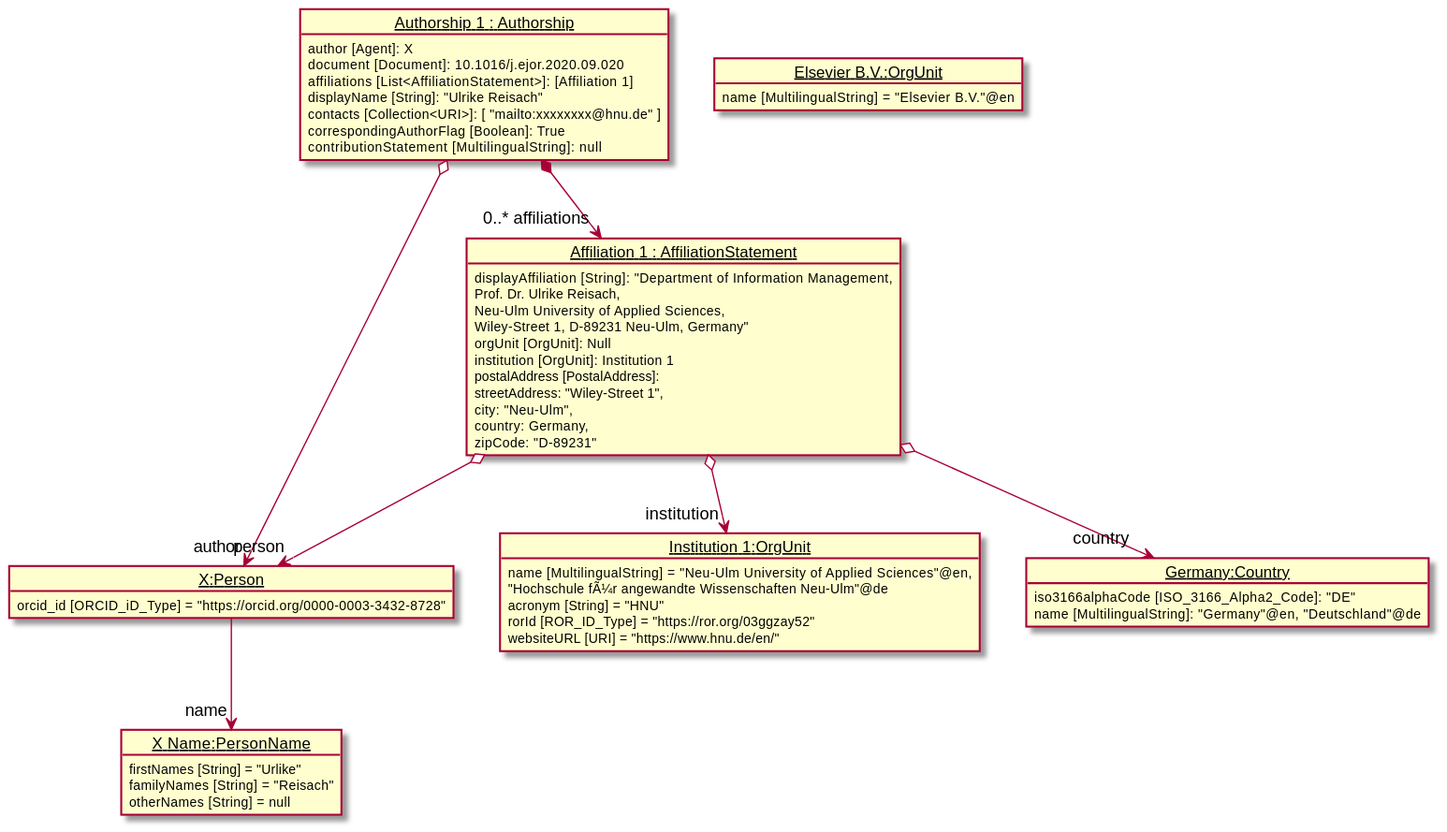
Above: diagrams/coreExample.svg in EuroCRIS/CERIF-ScholarlyPublicationsModule (PlantUML), before the change.
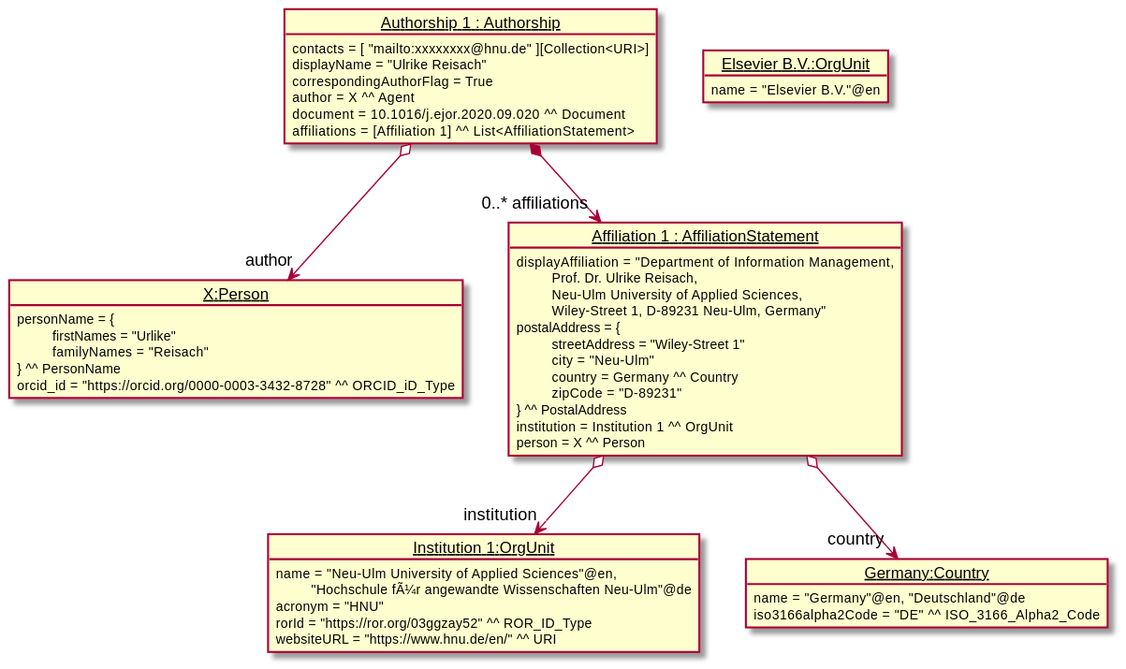
The same diagram one commit later.

What changed in the source:
```diff
@@ -1,59 +1,54 @@
 @startuml
 	object "<u>X:Person</u>" as X {
-           orcid_id [ORCID_iD_Type] = "https://orcid.org/0000-0003-3432-8728"
+           personName = {
+           \t firstNames = "Urlike"
+           \t familyNames = "Reisach"
+           } ^^ PersonName
+           orcid_id = "https://orcid.org/0000-0003-3432-8728" ^^ ORCID_iD_Type
         }
 
-	object "<u>X Name:PersonName</u>" as XName {
-            firstNames [String] = "Urlike"
-            familyNames [String] = "Reisach"
-            otherNames [String] = null
-        }
-
-    X --> "name" XName
-
     object "<u>Institution 1:OrgUnit</u>" as Ins1 {
-    	    name [MultilingualString] = "Neu-Ulm University of Applied Sciences"@en,
-    	    "Hochschule fÃ¼r angewandte Wissenschaften Neu-Ulm"@de
-            acronym [String] = "HNU"
-            rorId [ROR_ID_Type] = "https://ror.org/03ggzay52"
-            websiteURL [URI] = "https://www.hnu.de/en/"
+    	    name = "Neu-Ulm University of Applied Sciences"@en,
+    	    \t "Hochschule fÃ¼r angewandte Wissenschaften Neu-Ulm"@de
+            acronym = "HNU"
+            rorId = "https://ror.org/03ggzay52" ^^ ROR_ID_Type
+            websiteURL = "https://www.hnu.de/en/" ^^ URI
     	}
 
     object "<u>Germany:Country</u>" as Ger {
-            iso3166alphaCode [ISO_3166_Alpha2_Code]: "DE"
-            name [MultilingualString]: "Germany"@en, "Deutschland"@de
+           name = "Germany"@en, "Deutschland"@de
+           iso3166alpha2Code = "DE" ^^ ISO_3166_Alpha2_Code
         }
 
     object "<u>Elsevier B.V.:OrgUnit</u>" as Elsevier {
-            name [MultilingualString] = "Elsevier B.V."@en
+            name = "Elsevier B.V."@en
         }
 
     object "<u>Affiliation 1 : AffiliationStatement</u>" as Aff1 {
-            displayAffiliation [String]: "Department of Information Management,
-                 Prof. Dr. Ulrike Reisach,
-                 Neu-Ulm University of Applied Sciences,
-                 Wiley-Street 1, D-89231 Neu-Ulm, Germany"
-            orgUnit [OrgUnit]: Null
-            institution [OrgUnit]: Institution 1
-            postalAddress [PostalAddress]:
-                  streetAddress: "Wiley-Street 1",
-                  city: "Neu-Ulm",
-                  country: Germany,
-                  zipCode: "D-89231"
+            displayAffiliation = "Department of Information Management,
+            \t Prof. Dr. Ulrike Reisach,
+            \t Neu-Ulm University of Applied Sciences,
+            \t Wiley-Street 1, D-89231 Neu-Ulm, Germany"
+            postalAddress = {
+            \t streetAddress = "Wiley-Street 1"
+            \t city = "Neu-Ulm"
+            \t country = Germany ^^ Country
+            \t zipCode = "D-89231"
+            } ^^ PostalAddress
+            institution = Institution 1 ^^ OrgUnit
+            person = X ^^ Person
         }
 
     object "<u>Authorship 1 : Authorship</u>" as Aut1 {
-                author [Agent]: X
-                 document [Document]: 10.1016/j.ejor.2020.09.020
-                 affiliations [List<AffiliationStatement>]: [Affiliation 1]
-                 displayName [String]: "Ulrike Reisach"
-                 contacts [Collection<URI>]: [ "mailto:xxxxxxxx@hnu.de" ]
-                 correspondingAuthorFlag [Boolean]: True
-                 contributionStatement [MultilingualString]: null
-            }
+            contacts = [ "mailto:xxxxxxxx@hnu.de" ][Collection<URI>]
+            displayName = "Ulrike Reisach"
+            correspondingAuthorFlag = True
+            author = X ^^ Agent
+            document = 10.1016/j.ejor.2020.09.020 ^^ Document
+            affiliations = [Affiliation 1] ^^ List<AffiliationStatement>
+        }
     Aut1 o--> "author" X
     Aff1 o--> "institution" Ins1
-    Aff1 o--> "person" X
     Aff1 o--> "country" Ger
     Aut1 *--> "0..* affiliations" Aff1
 
```
